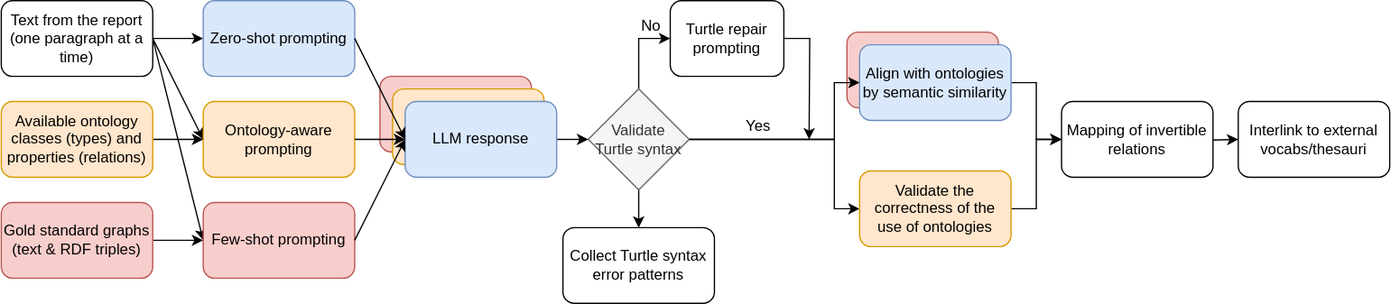
This is LLM4KG.svg from soilwise-he/soil-health-knowledge-graph, a draw.io export, as it was before one commit. Source tidied: cells renumbered, new cells last; positions are measured from the earlier drawing's top-left corner, leaving out a move shared by most shapes.
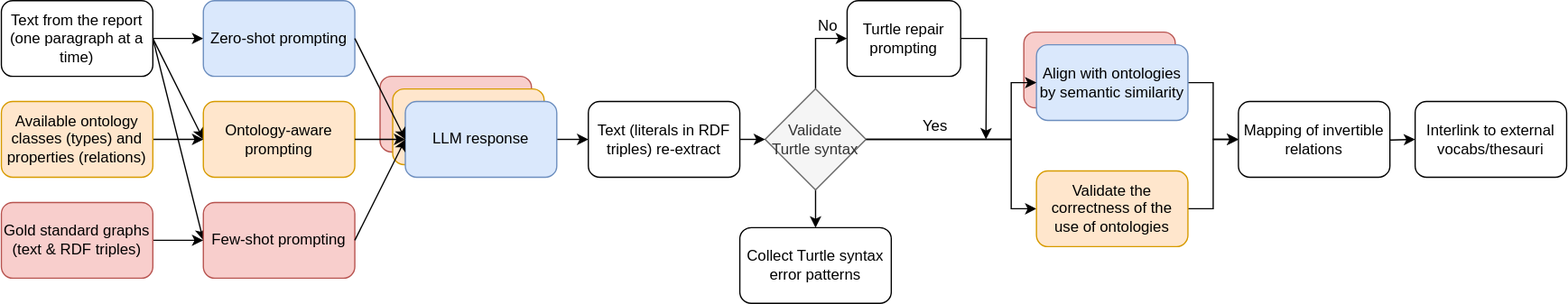
Above is the later version.

What changed in the source:
```diff
@@ -12,16 +12,16 @@
       <mxGeometry relative="1" as="geometry" />
     </mxCell>
     <mxCell id="5" value="Text from the report&lt;div&gt;(one paragraph at a time)&lt;/div&gt;" style="rounded=1;whiteSpace=wrap;html=1;" parent="1" vertex="1">
-      <mxGeometry width="120" height="60" as="geometry" />
+      <mxGeometry x="-140" width="120" height="60" as="geometry" />
     </mxCell>
     <mxCell id="6" value="Few-shot prompting" style="rounded=1;whiteSpace=wrap;html=1;fillColor=#f8cecc;strokeColor=#b85450;" parent="1" vertex="1">
-      <mxGeometry x="160" y="160" width="120" height="60" as="geometry" />
+      <mxGeometry x="20" y="160" width="120" height="60" as="geometry" />
     </mxCell>
     <mxCell id="7" value="Ontology-aware prompting" style="rounded=1;whiteSpace=wrap;html=1;fillColor=#ffe6cc;strokeColor=#d79b00;" parent="1" vertex="1">
-      <mxGeometry x="160" y="80" width="120" height="60" as="geometry" />
+      <mxGeometry x="20" y="80" width="120" height="60" as="geometry" />
     </mxCell>
     <mxCell id="8" value="Zero-shot prompting" style="rounded=1;whiteSpace=wrap;html=1;fillColor=#dae8fc;strokeColor=#6c8ebf;" parent="1" vertex="1">
-      <mxGeometry x="160" width="120" height="60" as="geometry" />
+      <mxGeometry x="20" width="120" height="60" as="geometry" />
     </mxCell>
     <mxCell id="9" style="edgeStyle=orthogonalEdgeStyle;rounded=0;jettySize=auto;html=1;exitX=0.5;exitY=0;exitDx=0;exitDy=0;entryX=0;entryY=0.5;entryDx=0;entryDy=0;" parent="1" edge="1" source="12" target="25">
       <mxGeometry relative="1" as="geometry" />
@@ -44,25 +44,25 @@
       <mxGeometry relative="1" as="geometry" />
     </mxCell>
     <mxCell id="14" value="Gold standard graphs (text &amp;amp; RDF triples)" style="rounded=1;whiteSpace=wrap;html=1;fillColor=#f8cecc;strokeColor=#b85450;" parent="1" vertex="1">
-      <mxGeometry y="160" width="120" height="60" as="geometry" />
+      <mxGeometry x="-140" y="160" width="120" height="60" as="geometry" />
     </mxCell>
     <mxCell id="15" style="edgeStyle=orthogonalEdgeStyle;rounded=0;jettySize=auto;html=1;exitX=1;exitY=0.5;exitDx=0;exitDy=0;entryX=0;entryY=0.5;entryDx=0;entryDy=0;" parent="1" edge="1" source="16" target="7">
       <mxGeometry relative="1" as="geometry" />
     </mxCell>
     <mxCell id="16" value="Available ontology classes (types) and properties (relations)" style="rounded=1;whiteSpace=wrap;html=1;fillColor=#ffe6cc;strokeColor=#d79b00;" parent="1" vertex="1">
-      <mxGeometry y="80" width="120" height="60" as="geometry" />
+      <mxGeometry x="-140" y="80" width="120" height="60" as="geometry" />
     </mxCell>
     <mxCell id="17" style="rounded=1;whiteSpace=wrap;html=1;fillColor=#f8cecc;strokeColor=#b85450;" parent="1" vertex="1">
-      <mxGeometry x="300" y="60" width="120" height="60" as="geometry" />
+      <mxGeometry x="160" y="60" width="120" height="60" as="geometry" />
     </mxCell>
     <mxCell id="18" style="rounded=1;whiteSpace=wrap;html=1;fillColor=#ffe6cc;strokeColor=#d79b00;" parent="1" vertex="1">
-      <mxGeometry x="310" y="70" width="120" height="60" as="geometry" />
+      <mxGeometry x="170" y="70" width="120" height="60" as="geometry" />
     </mxCell>
-    <mxCell id="19" style="edgeStyle=orthogonalEdgeStyle;rounded=0;jettySize=auto;html=1;exitX=1;exitY=0.5;exitDx=0;exitDy=0;entryX=0;entryY=0.5;entryDx=0;entryDy=0;" parent="1" edge="1" source="20" target="12">
-      <mxGeometry relative="1" as="geometry" />
-    </mxCell>
+    <mxCell id="38" style="edgeStyle=orthogonalEdgeStyle;rounded=0;jettySize=auto;html=1;exitX=1;exitY=0.5;exitDx=0;exitDy=0;entryX=0;entryY=0.5;entryDx=0;entryDy=0;" parent="1" edge="1" source="20" target="40">
+      <mxGeometry relative="1" as="geometry" />
+    </mxCell>
     <mxCell id="20" value="LLM response" style="rounded=1;whiteSpace=wrap;html=1;fillColor=#dae8fc;strokeColor=#6c8ebf;" parent="1" vertex="1">
-      <mxGeometry x="320" y="80" width="120" height="60" as="geometry" />
+      <mxGeometry x="180" y="80" width="120" height="60" as="geometry" />
     </mxCell>
     <mxCell id="21" style="rounded=0;jettySize=auto;html=1;exitX=1;exitY=0.5;exitDx=0;exitDy=0;entryX=0;entryY=0.5;entryDx=0;entryDy=0;" parent="1" edge="1" source="8" target="20">
       <mxGeometry relative="1" as="geometry" />
@@ -124,5 +124,11 @@
     <mxCell id="37" value="Collect Turtle syntax error patterns" style="rounded=1;whiteSpace=wrap;html=1;" parent="1" vertex="1">
       <mxGeometry x="445" y="180" width="120" height="60" as="geometry" />
     </mxCell>
+    <mxCell id="39" style="edgeStyle=orthogonalEdgeStyle;rounded=0;jettySize=auto;html=1;exitX=1;exitY=0.5;exitDx=0;exitDy=0;entryX=0;entryY=0.5;entryDx=0;entryDy=0;" parent="1" edge="1" source="40" target="12">
+      <mxGeometry relative="1" as="geometry" />
+    </mxCell>
+    <mxCell id="40" value="Text (literals in RDF triples) re-extract" style="rounded=1;whiteSpace=wrap;html=1;" parent="1" vertex="1">
+      <mxGeometry x="325" y="80" width="120" height="60" as="geometry" />
+    </mxCell>
   </root>
 </mxGraphModel>
```
